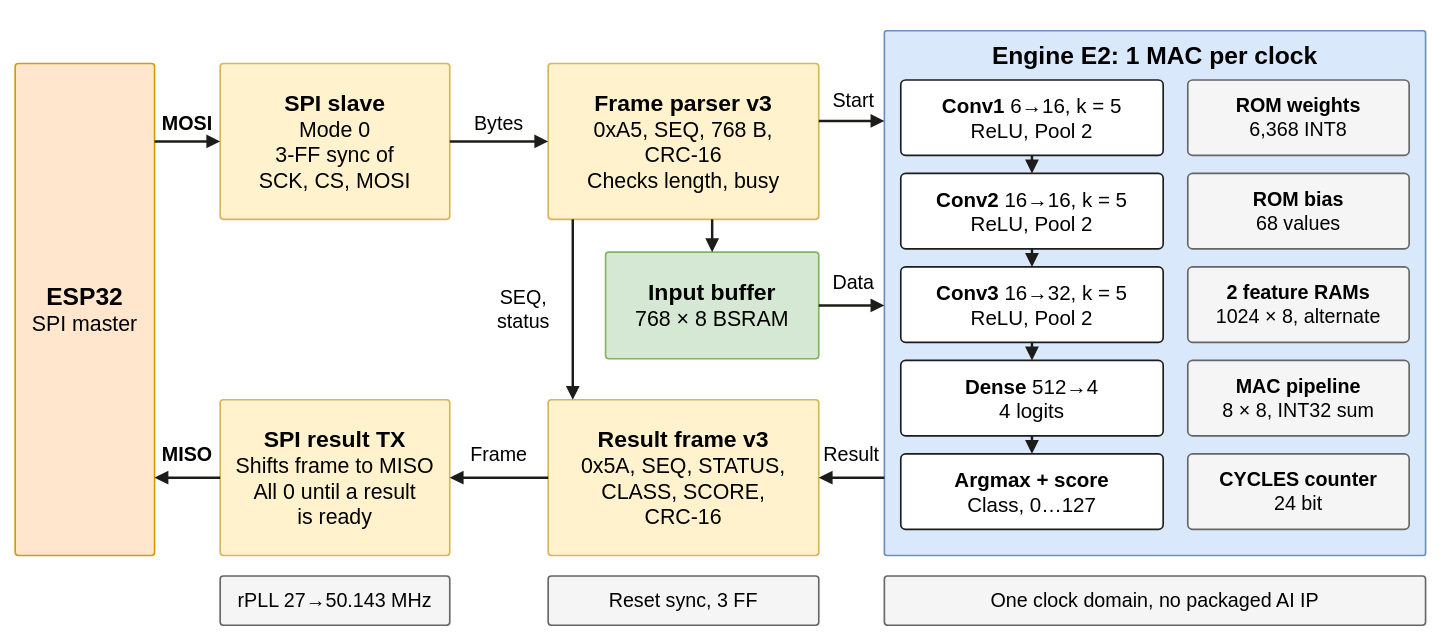
Earlier version of the draw.io diagram docs/so_do_slide/4_rtl_architecture.drawio (danhle396/fpga2026gowin). Source tidied: cells renumbered, new cells numbered last; positions are measured from the earlier drawing's top-left corner, leaving out a move shared by most shapes. Both pictures are drawn from the tidied source at 82%, with x=0, y=0 at pixel (15, 14).
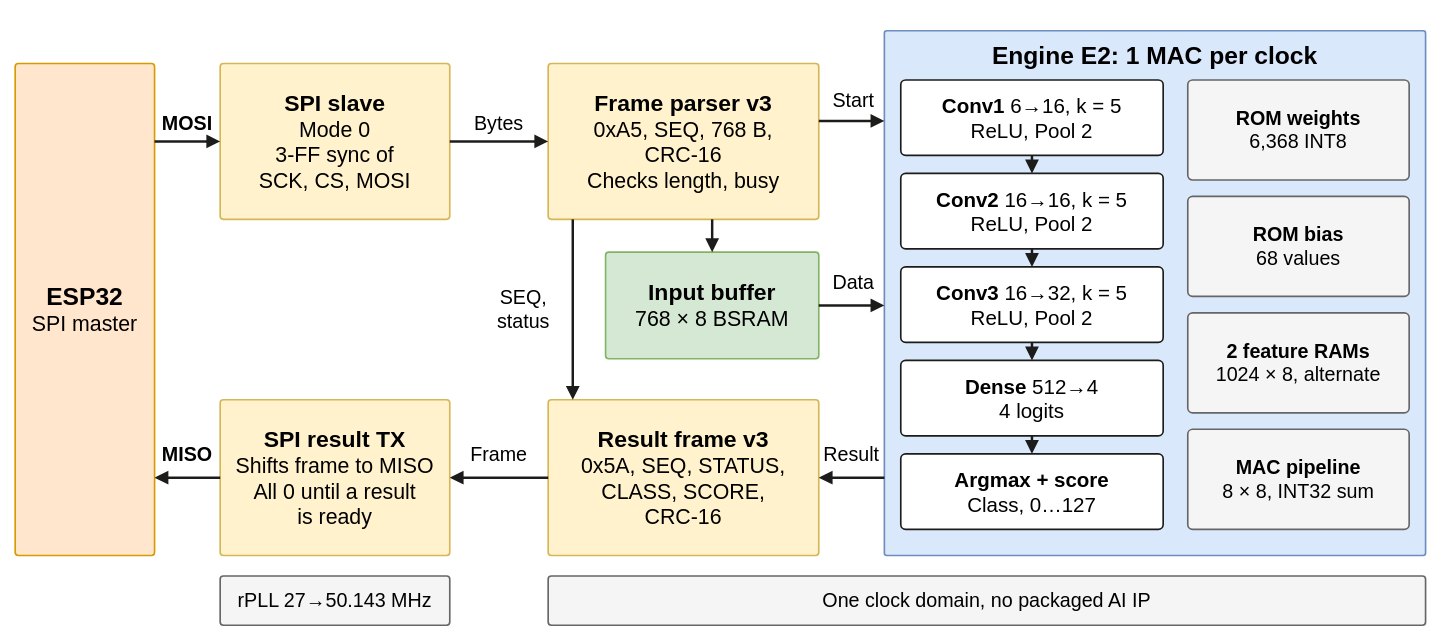
Above is the later version.

What changed in the source:
```diff
@@
     <mxCell id="19" value="&lt;b&gt;ROM weights&lt;/b&gt;&lt;br&gt;6,368 INT8" style="rounded=1;arcSize=12;absoluteArcSize=1;whiteSpace=wrap;html=1;strokeWidth=2;fontSize=24;fontColor=#000000;align=center;verticalAlign=middle;spacing=8;fontFamily=Helvetica;fillColor=#f5f5f5;strokeColor=#666666;" parent="1" vertex="1">
-      <mxGeometry x="1430" y="80" width="270" height="92" as="geometry" />
+      <mxGeometry x="1430" y="80" width="270" height="122" as="geometry" />
     </mxCell>
     <mxCell id="20" value="&lt;b&gt;ROM bias&lt;/b&gt;&lt;br&gt;68 values" style="rounded=1;arcSize=12;absoluteArcSize=1;whiteSpace=wrap;html=1;strokeWidth=2;fontSize=24;fontColor=#000000;align=center;verticalAlign=middle;spacing=8;fontFamily=Helvetica;fillColor=#f5f5f5;strokeColor=#666666;" parent="1" vertex="1">
-      <mxGeometry x="1430" y="194" width="270" height="92" as="geometry" />
+      <mxGeometry x="1430" y="222" width="270" height="122" as="geometry" />
     </mxCell>
     <mxCell id="21" value="&lt;b&gt;2 feature RAMs&lt;/b&gt;&lt;br&gt;1024 × 8, alternate" style="rounded=1;arcSize=12;absoluteArcSize=1;whiteSpace=wrap;html=1;strokeWidth=2;fontSize=24;fontColor=#000000;align=center;verticalAlign=middle;spacing=8;fontFamily=Helvetica;fillColor=#f5f5f5;strokeColor=#666666;" parent="1" vertex="1">
-      <mxGeometry x="1430" y="308" width="270" height="92" as="geometry" />
+      <mxGeometry x="1430" y="364" width="270" height="122" as="geometry" />
     </mxCell>
     <mxCell id="22" value="&lt;b&gt;MAC pipeline&lt;/b&gt;&lt;br&gt;8 × 8, INT32 sum" style="rounded=1;arcSize=12;absoluteArcSize=1;whiteSpace=wrap;html=1;strokeWidth=2;fontSize=24;fontColor=#000000;align=center;verticalAlign=middle;spacing=8;fontFamily=Helvetica;fillColor=#f5f5f5;strokeColor=#666666;" parent="1" vertex="1">
-      <mxGeometry x="1430" y="422" width="270" height="92" as="geometry" />
+      <mxGeometry x="1430" y="506" width="270" height="122" as="geometry" />
     </mxCell>
-    <mxCell id="23" value="&lt;b&gt;CYCLES counter&lt;/b&gt;&lt;br&gt;24 bit" style="rounded=1;arcSize=12;absoluteArcSize=1;whiteSpace=wrap;html=1;strokeWidth=2;fontSize=24;fontColor=#000000;align=center;verticalAlign=middle;spacing=8;fontFamily=Helvetica;fillColor=#f5f5f5;strokeColor=#666666;" parent="1" vertex="1">
-      <mxGeometry x="1430" y="536" width="270" height="92" as="geometry" />
-    </mxCell>
@@
-    <mxCell id="42" value="Reset sync, 3 FF" style="rounded=1;arcSize=8;absoluteArcSize=1;whiteSpace=wrap;html=1;strokeWidth=2;fontSize=24;fontColor=#000000;align=center;verticalAlign=middle;spacing=8;fontFamily=Helvetica;fillColor=#f5f5f5;strokeColor=#666666;" parent="1" vertex="1">
-      <mxGeometry x="650" y="685" width="330" height="60" as="geometry" />
-    </mxCell>
     <mxCell id="43" value="One clock domain, no packaged AI IP" style="rounded=1;arcSize=8;absoluteArcSize=1;whiteSpace=wrap;html=1;strokeWidth=2;fontSize=24;fontColor=#000000;align=center;verticalAlign=middle;spacing=8;fontFamily=Helvetica;fillColor=#f5f5f5;strokeColor=#666666;" parent="1" vertex="1">
-      <mxGeometry x="1060" y="685" width="660" height="60" as="geometry" />
+      <mxGeometry x="650" y="685" width="1070" height="60" as="geometry" />
     </mxCell>
```
